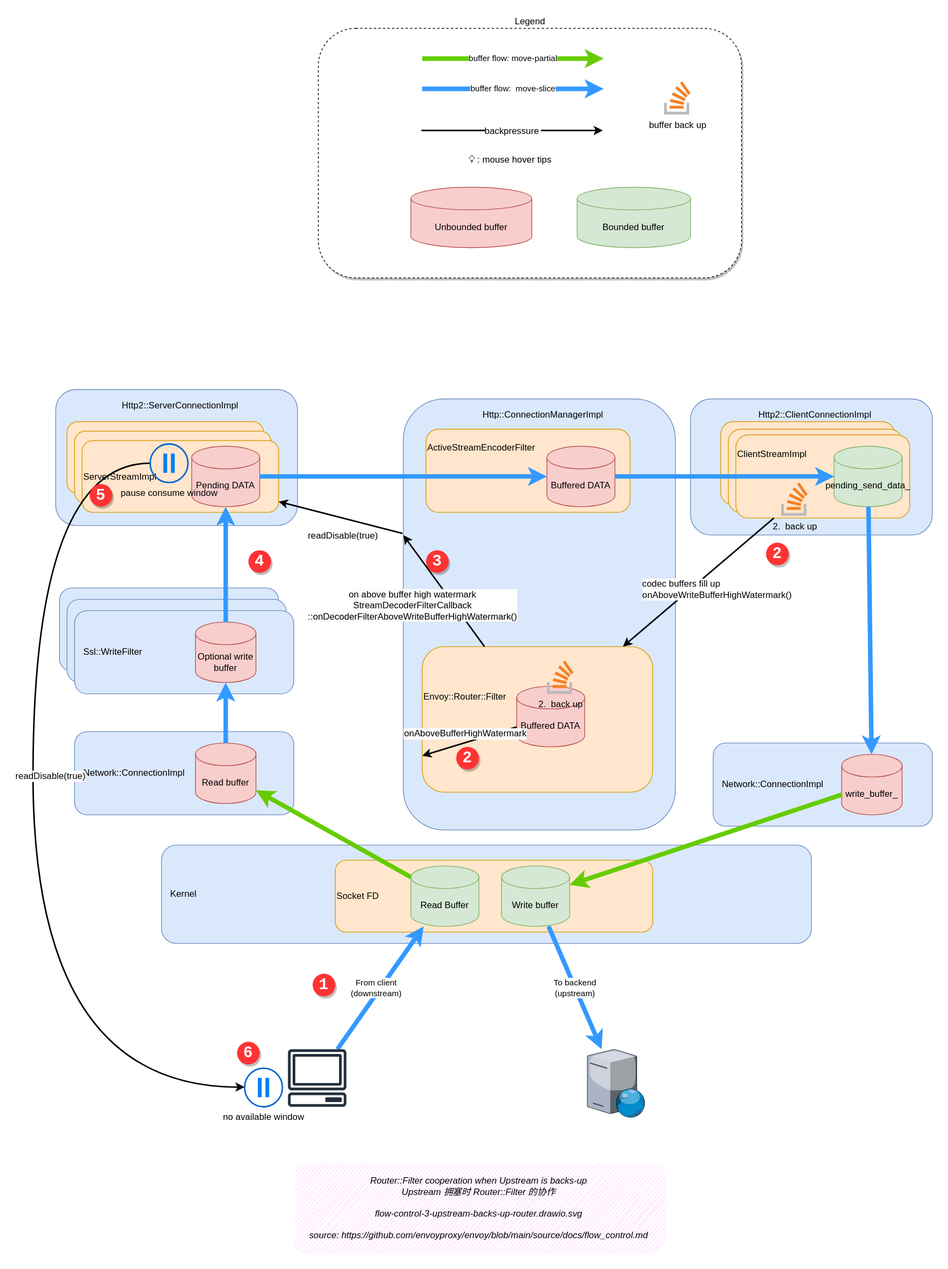
This is docs/source/ch2-envoy/arch/flow-control/flow-control-3-upstream-backs-up-router.drawio.svg from labilezhu/istio-insider-en, a draw.io export, as it was before one commit. Source tidied: cells renumbered, new cells last; positions are measured from the earlier drawing's top-left corner, leaving out a move shared by most shapes.
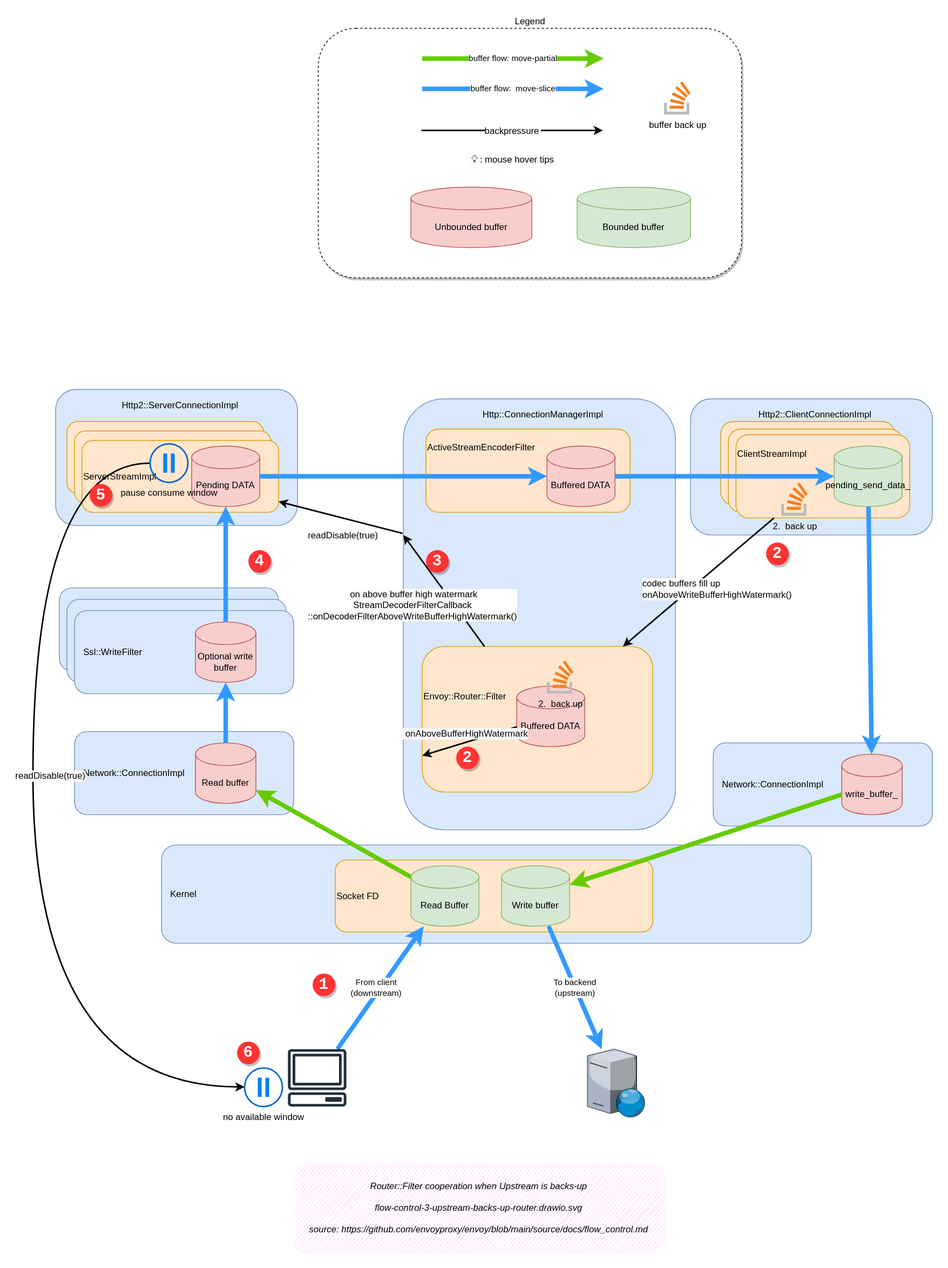
After the change.

The edit, as a diff of the source:
```diff
@@ -14,7 +14,7 @@
     <mxCell id="5" value="Ssl::WriteFilter" style="rounded=1;whiteSpace=wrap;html=1;fillColor=#dae8fc;strokeColor=#6c8ebf;align=left;spacingLeft=10;" parent="1" vertex="1">
       <mxGeometry x="45" y="755" width="290" height="110" as="geometry" />
     </mxCell>
-    <object id="6" label="&lt;font style=&quot;&quot;&gt;Router::Filter cooperation when Upstream is backs-up&lt;br&gt;&amp;nbsp;Upstream 拥塞时 Router::Filter 的协作&lt;br&gt;&lt;br&gt;%page%&lt;br&gt;&lt;br&gt;source:&amp;nbsp;&lt;a href=&quot;https://github.com/envoyproxy/envoy/blob/main/source/docs/flow_control.md&quot;&gt;https://github.com/envoyproxy/envoy/blob/main/source/docs/flow_control.md&lt;/a&gt;&lt;br&gt;&lt;/font&gt;" a="b" placeholders="1">
+    <object id="6" label="&lt;font style=&quot;&quot;&gt;Router::Filter cooperation when Upstream is backs-up&lt;br&gt;&lt;br&gt;%page%&lt;br&gt;&lt;br&gt;source:&amp;nbsp;&lt;a href=&quot;https://github.com/envoyproxy/envoy/blob/main/source/docs/flow_control.md&quot;&gt;https://github.com/envoyproxy/envoy/blob/main/source/docs/flow_control.md&lt;/a&gt;&lt;br&gt;&lt;/font&gt;" a="b" placeholders="1">
       <mxCell style="text;html=1;strokeColor=none;fillColor=#FFCCFF;align=center;verticalAlign=middle;whiteSpace=wrap;rounded=1;glass=0;sketch=1;shadow=0;fontStyle=2;fontSize=12;" parent="1" vertex="1">
         <mxGeometry x="345" y="1500" width="490" height="120" as="geometry" />
       </mxCell>
```
